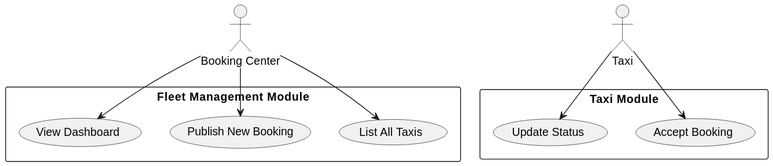
Palrajjayaraj/TaxiFleetCommunication keeps this PlantUML diagram as Design/usecases.svg. Above is the earlier version.
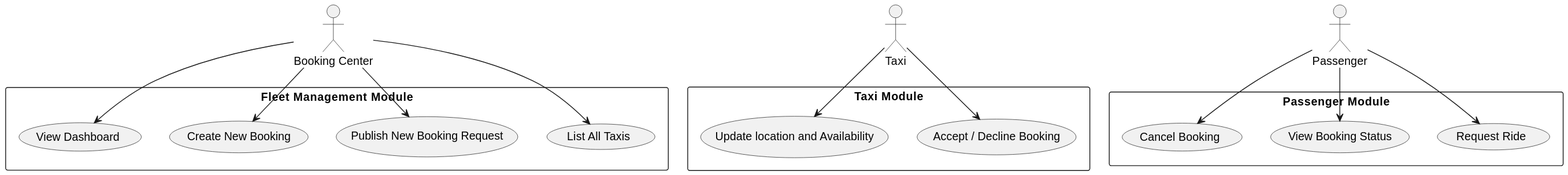
Later version of the same file.

Commit message:
Added 3rd actor passenger for completeness

What changed in the source:
```diff
@@ -1,15 +1,23 @@
 @startuml
 actor "Booking Center" as BookingCenter
 actor "Taxi" as Taxi
+actor "Passenger" as Passenger
+
+rectangle "Passenger Module" {
+  Passenger --> (Request Ride)
+  Passenger --> (View Booking Status)
+  Passenger --> (Cancel Booking)
+}
 
 rectangle "Fleet Management Module" {
   BookingCenter --> (List All Taxis)
-  BookingCenter --> (Publish New Booking)
+  BookingCenter --> (Publish New Booking Request)
+  BookingCenter --> (Create New Booking)
   BookingCenter --> (View Dashboard)
 }
 
 rectangle "Taxi Module" {
-  Taxi --> (Accept Booking)
-  Taxi --> (Update Status)
+  Taxi --> (Accept / Decline Booking)
+  Taxi --> (Update location and Availability)
 }
 @enduml
```
